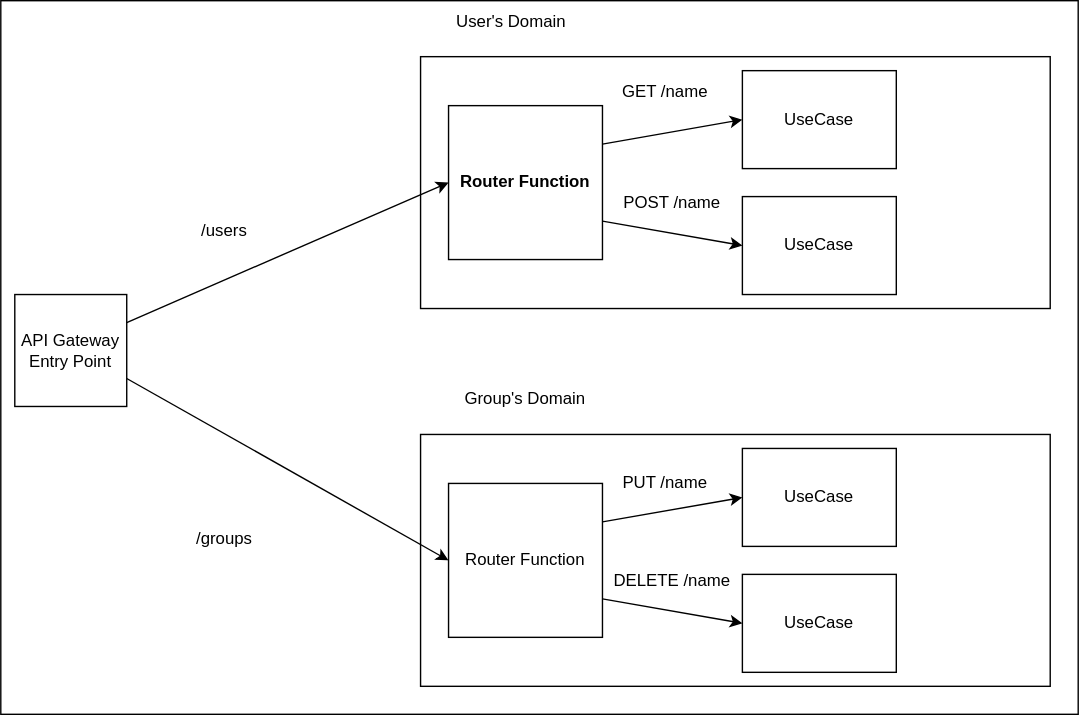
Before: backend/main/img/routers.drawio.svg, a diagram exported from draw.io (nishiki-tech/nishiki-backend). Source tidied: cells renumbered, new cells last; positions are measured from the earlier drawing's top-left corner, leaving out a move shared by most shapes.
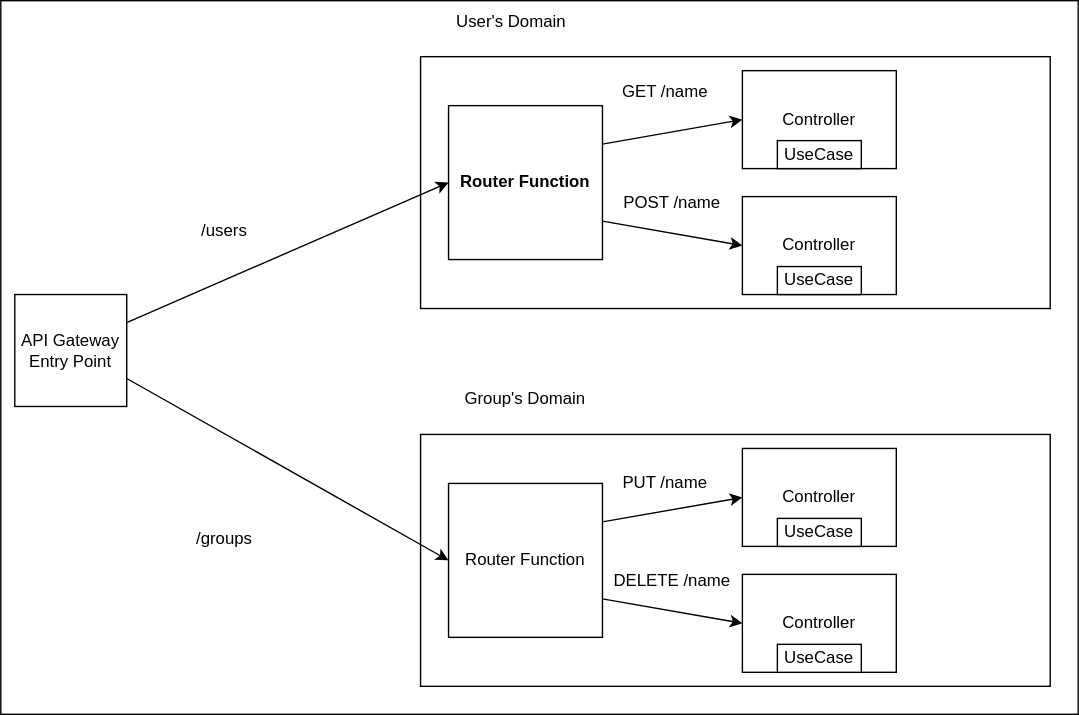
The same file after the commit.

Diff of the diagram source:
```diff
@@ -26,10 +26,10 @@
     <mxCell id="9" value="Router Function" style="rounded=0;whiteSpace=wrap;html=1;" parent="1" vertex="1">
       <mxGeometry x="320" y="345" width="110" height="110" as="geometry" />
     </mxCell>
-    <mxCell id="10" value="UseCase" style="rounded=0;whiteSpace=wrap;html=1;" parent="1" vertex="1">
+    <mxCell id="10" value="Controller" style="rounded=0;whiteSpace=wrap;html=1;" parent="1" vertex="1">
       <mxGeometry x="530" y="50" width="110" height="70" as="geometry" />
     </mxCell>
-    <mxCell id="11" value="UseCase" style="rounded=0;whiteSpace=wrap;html=1;" parent="1" vertex="1">
+    <mxCell id="11" value="Controller" style="rounded=0;whiteSpace=wrap;html=1;" parent="1" vertex="1">
       <mxGeometry x="530" y="140" width="110" height="70" as="geometry" />
     </mxCell>
     <mxCell id="12" style="endArrow=classic;html=1;exitX=1;exitY=0.25;exitDx=0;exitDy=0;entryX=0;entryY=0.5;entryDx=0;entryDy=0;" parent="1" edge="1" source="5" target="8">
@@ -47,10 +47,10 @@
     <mxCell id="16" style="endArrow=classic;html=1;exitX=1;exitY=0.25;exitDx=0;exitDy=0;entryX=0;entryY=0.5;entryDx=0;entryDy=0;" parent="1" edge="1" source="9" target="17">
       <mxGeometry relative="1" as="geometry" />
     </mxCell>
-    <mxCell id="17" value="UseCase" style="rounded=0;whiteSpace=wrap;html=1;" parent="1" vertex="1">
+    <mxCell id="17" value="Controller" style="rounded=0;whiteSpace=wrap;html=1;" parent="1" vertex="1">
       <mxGeometry x="530" y="320" width="110" height="70" as="geometry" />
     </mxCell>
-    <mxCell id="18" value="UseCase" style="rounded=0;whiteSpace=wrap;html=1;" parent="1" vertex="1">
+    <mxCell id="18" value="Controller" style="rounded=0;whiteSpace=wrap;html=1;" parent="1" vertex="1">
       <mxGeometry x="530" y="410" width="110" height="70" as="geometry" />
     </mxCell>
     <mxCell id="19" style="endArrow=classic;html=1;exitX=1;exitY=0.75;exitDx=0;exitDy=0;entryX=0;entryY=0.5;entryDx=0;entryDy=0;" parent="1" edge="1" source="9" target="18">
@@ -74,5 +74,17 @@
     <mxCell id="25" value="DELETE /name" style="text;html=1;strokeColor=none;fillColor=none;align=center;verticalAlign=middle;whiteSpace=wrap;rounded=0;" parent="1" vertex="1">
       <mxGeometry x="435" y="400" width="90" height="30" as="geometry" />
     </mxCell>
+    <mxCell id="26" value="UseCase" style="rounded=0;whiteSpace=wrap;html=1;" parent="1" vertex="1">
+      <mxGeometry x="555" y="100" width="60" height="20" as="geometry" />
+    </mxCell>
+    <mxCell id="27" value="UseCase" style="rounded=0;whiteSpace=wrap;html=1;" parent="1" vertex="1">
+      <mxGeometry x="555" y="190" width="60" height="20" as="geometry" />
+    </mxCell>
+    <mxCell id="28" value="UseCase" style="rounded=0;whiteSpace=wrap;html=1;" parent="1" vertex="1">
+      <mxGeometry x="555" y="370" width="60" height="20" as="geometry" />
+    </mxCell>
+    <mxCell id="29" value="UseCase" style="rounded=0;whiteSpace=wrap;html=1;" parent="1" vertex="1">
+      <mxGeometry x="555" y="460" width="60" height="20" as="geometry" />
+    </mxCell>
   </root>
 </mxGraphModel>
```
